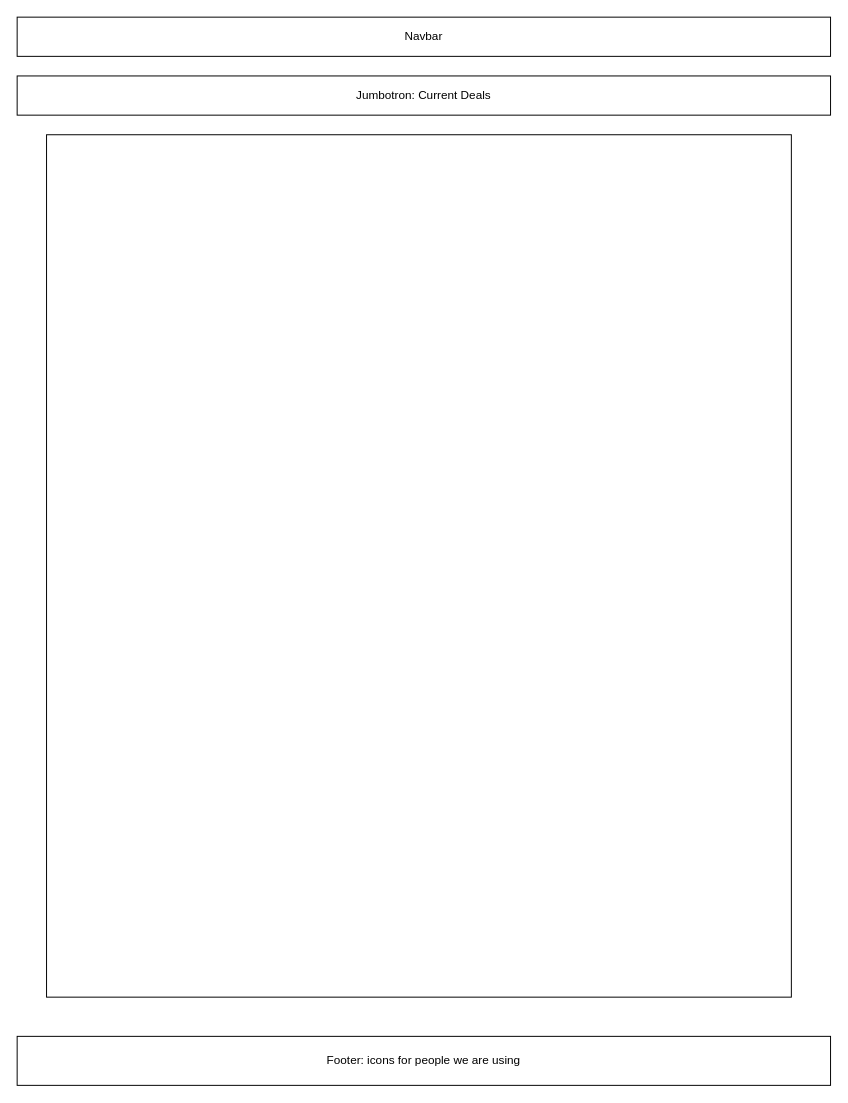
Before: page "CurrentDeals" (4 of 9) of Untitled Diagram.drawio in the-master-chefs/rockclimbingapp, a draw.io diagram. Source tidied: cells renumbered, new cells numbered last; positions are measured from the earlier drawing's top-left corner, leaving out a move shared by most shapes. Both pictures are drawn from the tidied source at 98%, with x=0, y=0 at pixel (17, 17).
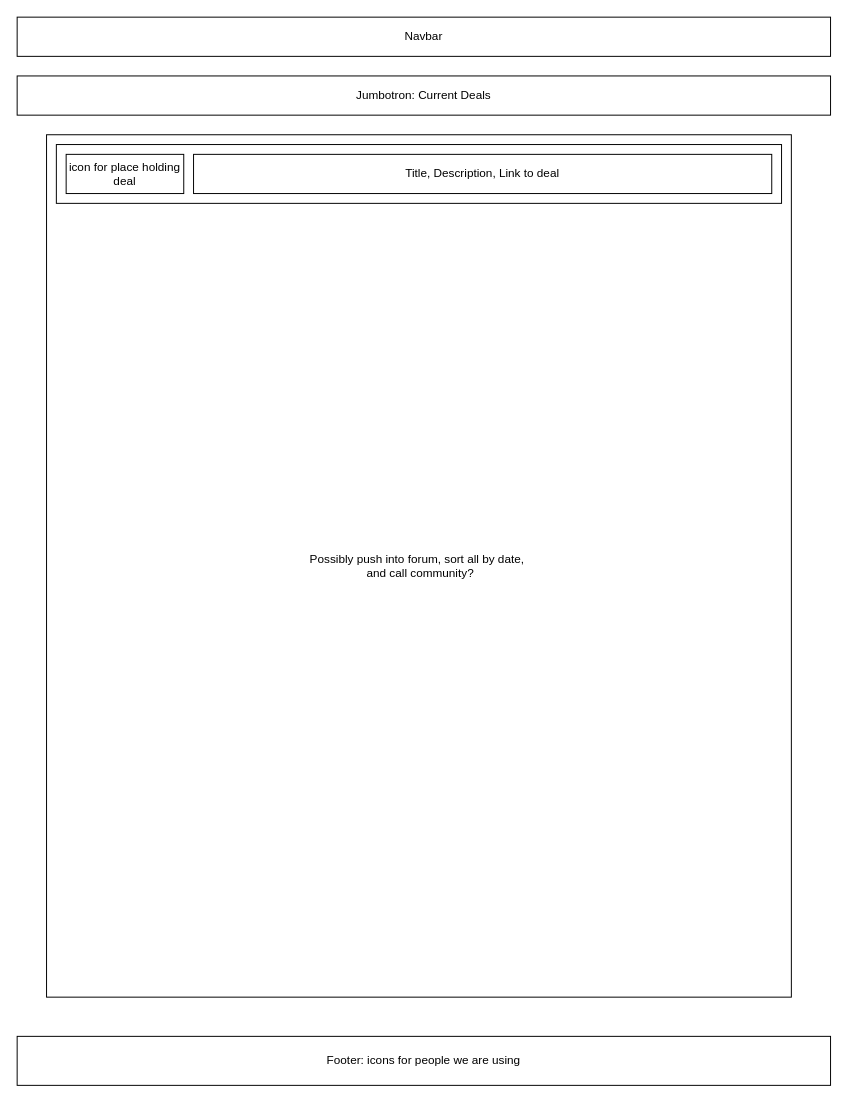
The same diagram, later.

Change to the diagram source:
```diff
@@
 <mxGraphModel>
   <root>
     <mxCell id="0" />
     <mxCell id="1" parent="0" />
     <mxCell id="2" value="Navbar" style="rounded=0;whiteSpace=wrap;html=1;" parent="1" vertex="1">
       <mxGeometry width="830" height="40" as="geometry" />
     </mxCell>
     <mxCell id="3" value="&lt;span style=&quot;white-space: normal&quot;&gt;Jumbotron: Current Deals&lt;/span&gt;" style="rounded=0;whiteSpace=wrap;html=1;" parent="1" vertex="1">
       <mxGeometry y="60" width="830" height="40" as="geometry" />
     </mxCell>
     <mxCell id="4" value="Footer: icons for people we are using" style="rounded=0;whiteSpace=wrap;html=1;" parent="1" vertex="1">
       <mxGeometry y="1040" width="830" height="50" as="geometry" />
     </mxCell>
-    <mxCell id="5" style="rounded=0;whiteSpace=wrap;html=1;" parent="1" vertex="1">
+    <mxCell id="5" value="Possibly push into forum, sort all by date,&amp;nbsp;&lt;br&gt;&amp;nbsp;and call community?" style="rounded=0;whiteSpace=wrap;html=1;" parent="1" vertex="1">
       <mxGeometry x="30" y="120" width="760" height="880" as="geometry" />
     </mxCell>
+    <mxCell id="6" style="rounded=0;whiteSpace=wrap;html=1;" parent="1" vertex="1">
+      <mxGeometry x="40" y="130" width="740" height="60" as="geometry" />
+    </mxCell>
+    <mxCell id="7" value="icon for place holding deal" style="rounded=0;whiteSpace=wrap;html=1;" parent="1" vertex="1">
+      <mxGeometry x="50" y="140" width="120" height="40" as="geometry" />
+    </mxCell>
+    <mxCell id="8" value="Title, Description, Link to deal" style="rounded=0;whiteSpace=wrap;html=1;" parent="1" vertex="1">
+      <mxGeometry x="180" y="140" width="590" height="40" as="geometry" />
+    </mxCell>
   </root>
 </mxGraphModel>
```
